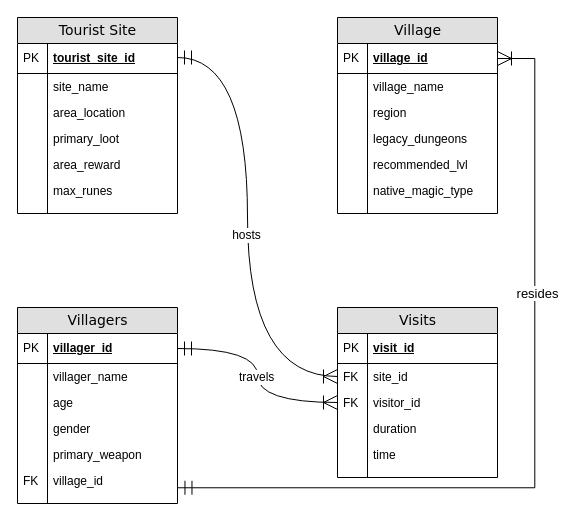
Earlier version of the draw.io diagram ELDEN RING ERD.drawio (patrickabrena/sql-assignment-3). Source tidied: cells renumbered, new cells numbered last; positions are measured from the earlier drawing's top-left corner, leaving out a move shared by most shapes. Both pictures are drawn from the tidied source at 100%, with x=0, y=0 at pixel (17, 17).
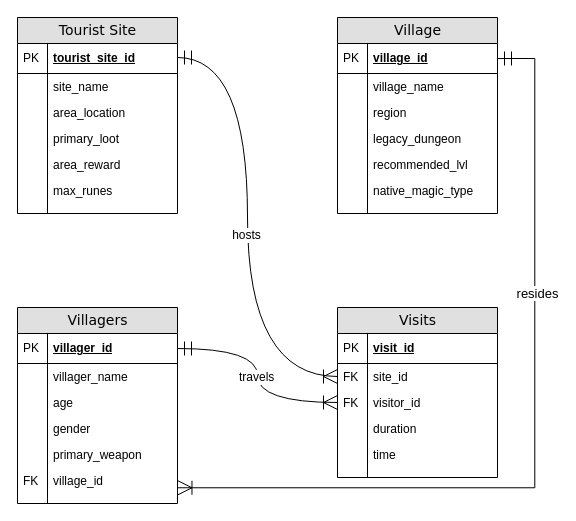
Above is the later version.

The change refers to these unchanged cells:
```xml
<mxCell id="28" value="village_id" style="shape=partialRectangle;top=0;left=0;right=0;bottom=0;html=1;align=left;verticalAlign=top;fillColor=none;spacingLeft=34;spacingRight=4;whiteSpace=wrap;overflow=hidden;points=[[0,0.5],[1,0.5]];portConstraint=eastwest;" parent="17" vertex="1">
  <mxGeometry y="160" width="160" height="26" as="geometry" />
</mxCell>
<mxCell id="32" value="Village" style="swimlane;html=1;fontStyle=0;horizontal=1;startSize=26;fillColor=#e0e0e0;swimlaneFillColor=#ffffff;align=center;rounded=0;shadow=0;comic=0;labelBackgroundColor=none;strokeWidth=1;fontFamily=Verdana;fontSize=14;" parent="1" vertex="1">
  <mxGeometry x="320" width="160" height="196" as="geometry" />
</mxCell>
<mxCell id="33" value="village_id" style="shape=partialRectangle;top=0;left=0;right=0;bottom=1;html=1;align=left;verticalAlign=middle;fillColor=none;spacingLeft=34;spacingRight=4;whiteSpace=wrap;overflow=hidden;points=[[0,0.5],[1,0.5]];portConstraint=eastwest;fontStyle=5;" parent="32" vertex="1">
  <mxGeometry y="26" width="160" height="30" as="geometry" />
</mxCell>
```

The edit, as a diff of the source:
```diff
@@
-    <mxCell id="39" value="legacy_dungeons" style="shape=partialRectangle;top=0;left=0;right=0;bottom=0;html=1;align=left;verticalAlign=top;fillColor=none;spacingLeft=34;spacingRight=4;whiteSpace=wrap;overflow=hidden;" parent="32" vertex="1">
+    <mxCell id="39" value="legacy_dungeon" style="shape=partialRectangle;top=0;left=0;right=0;bottom=0;html=1;align=left;verticalAlign=top;fillColor=none;spacingLeft=34;spacingRight=4;whiteSpace=wrap;overflow=hidden;" parent="32" vertex="1">
       <mxGeometry y="108" width="160" height="26" as="geometry" />
     </mxCell>
@@
-    <mxCell id="64" style="edgeStyle=elbowEdgeStyle;fontSize=12;html=1;endArrow=ERoneToMany;startArrow=ERmandOne;rounded=0;entryX=1;entryY=0.5;entryDx=0;entryDy=0;exitX=1.003;exitY=0.78;exitDx=0;exitDy=0;exitPerimeter=0;endSize=12;startSize=12;" parent="1" edge="1" source="28" target="33">
+    <mxCell id="64" style="edgeStyle=elbowEdgeStyle;fontSize=12;html=1;endArrow=ERmandOne;startArrow=ERoneToMany;rounded=0;entryX=1;entryY=0.5;entryDx=0;entryDy=0;exitX=1.003;exitY=0.78;exitDx=0;exitDy=0;exitPerimeter=0;endSize=12;startSize=12;endFill=0;startFill=0;" parent="1" edge="1" source="28" target="33">
       <mxGeometry relative="1" as="geometry">
         <Array as="points">
           <mxPoint x="517.3" y="260" />
         </Array>
       </mxGeometry>
     </mxCell>
```
